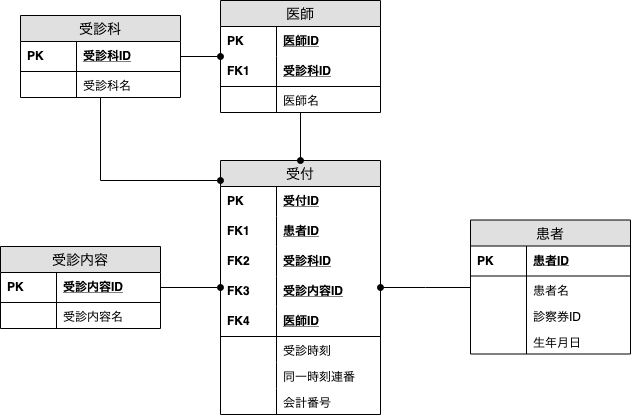
chihaso/rakurakuERD keeps this draw.io diagram as 004_hospital_reception.png. Above is the earlier version. Source tidied: cells renumbered, new cells last; positions are measured from the earlier drawing's top-left corner, leaving out a move shared by most shapes.
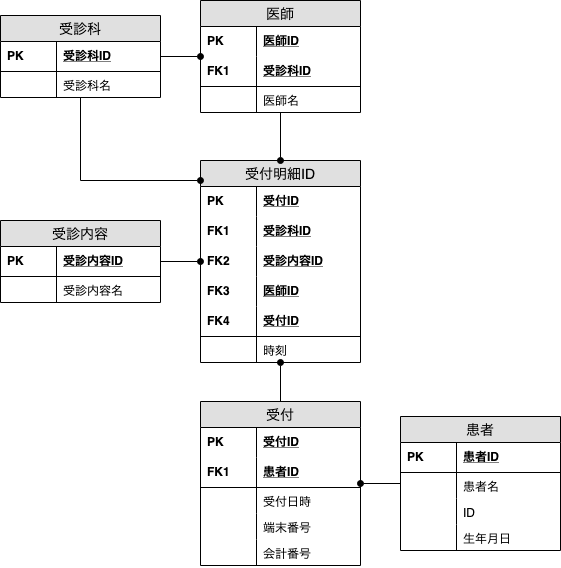
Later version of the same file.

Commit message:
教科書に準拠して受付明細テーブルを追加

Change to the diagram source:
```diff
@@ -2,8 +2,8 @@
   <root>
     <mxCell id="0" />
     <mxCell id="1" parent="0" />
-    <mxCell id="2" value="受付" style="swimlane;fontStyle=0;horizontal=1;startSize=26;fillColor=#e0e0e0;swimlaneFillColor=#ffffff;align=center;fontSize=14;" parent="1" vertex="1">
-      <mxGeometry x="220" y="160" width="160" height="254" as="geometry" />
+    <mxCell id="2" value="受付明細ID" style="swimlane;fontStyle=0;horizontal=1;startSize=26;fillColor=#e0e0e0;swimlaneFillColor=#ffffff;align=center;fontSize=14;" parent="1" vertex="1">
+      <mxGeometry x="220" y="160" width="160" height="202" as="geometry" />
     </mxCell>
     <mxCell id="3" value="受付ID" style="shape=partialRectangle;top=0;left=0;right=0;bottom=0;align=left;verticalAlign=middle;fillColor=none;spacingLeft=60;spacingRight=4;overflow=hidden;fontStyle=5;fontSize=12;" parent="2" vertex="1">
       <mxGeometry y="26" width="160" height="30" as="geometry" />
@@ -11,53 +11,38 @@
     <mxCell id="4" value="PK" style="shape=partialRectangle;fontStyle=1;top=0;left=0;bottom=0;fillColor=none;align=left;verticalAlign=middle;spacingLeft=4;spacingRight=4;overflow=hidden;fontSize=12;" parent="3" vertex="1">
       <mxGeometry width="56" height="30" as="geometry" />
     </mxCell>
-    <mxCell id="5" value="患者ID" style="shape=partialRectangle;top=0;left=0;right=0;bottom=0;align=left;verticalAlign=middle;fillColor=none;spacingLeft=60;spacingRight=4;overflow=hidden;fontStyle=5;fontSize=12;" parent="2" vertex="1">
-      <mxGeometry y="56" width="160" height="30" as="geometry" />
-    </mxCell>
-    <mxCell id="6" value="FK1" style="shape=partialRectangle;fontStyle=1;top=0;left=0;bottom=0;fillColor=none;align=left;verticalAlign=middle;spacingLeft=4;spacingRight=4;overflow=hidden;fontSize=12;" parent="5" vertex="1">
-      <mxGeometry width="56" height="30" as="geometry" />
-    </mxCell>
     <mxCell id="7" value="受診科ID" style="shape=partialRectangle;top=0;left=0;right=0;bottom=0;align=left;verticalAlign=middle;fillColor=none;spacingLeft=60;spacingRight=4;overflow=hidden;fontStyle=5;fontSize=12;" parent="2" vertex="1">
-      <mxGeometry y="86" width="160" height="30" as="geometry" />
+      <mxGeometry y="56" width="160" height="30" as="geometry" />
     </mxCell>
-    <mxCell id="8" value="FK2" style="shape=partialRectangle;fontStyle=1;top=0;left=0;bottom=0;fillColor=none;align=left;verticalAlign=middle;spacingLeft=4;spacingRight=4;overflow=hidden;fontSize=12;" parent="7" vertex="1">
+    <mxCell id="8" value="FK1" style="shape=partialRectangle;fontStyle=1;top=0;left=0;bottom=0;fillColor=none;align=left;verticalAlign=middle;spacingLeft=4;spacingRight=4;overflow=hidden;fontSize=12;" parent="7" vertex="1">
       <mxGeometry width="56" height="30" as="geometry" />
     </mxCell>
     <mxCell id="9" value="受診内容ID" style="shape=partialRectangle;top=0;left=0;right=0;bottom=0;align=left;verticalAlign=middle;fillColor=none;spacingLeft=60;spacingRight=4;overflow=hidden;fontStyle=5;fontSize=12;" parent="2" vertex="1">
-      <mxGeometry y="116" width="160" height="30" as="geometry" />
+      <mxGeometry y="86" width="160" height="30" as="geometry" />
     </mxCell>
-    <mxCell id="10" value="FK3" style="shape=partialRectangle;fontStyle=1;top=0;left=0;bottom=0;fillColor=none;align=left;verticalAlign=middle;spacingLeft=4;spacingRight=4;overflow=hidden;fontSize=12;" parent="9" vertex="1">
+    <mxCell id="10" value="FK2" style="shape=partialRectangle;fontStyle=1;top=0;left=0;bottom=0;fillColor=none;align=left;verticalAlign=middle;spacingLeft=4;spacingRight=4;overflow=hidden;fontSize=12;" parent="9" vertex="1">
       <mxGeometry width="56" height="30" as="geometry" />
     </mxCell>
+    <mxCell id="50" value="医師ID" style="shape=partialRectangle;top=0;left=0;right=0;bottom=0;align=left;verticalAlign=middle;fillColor=none;spacingLeft=60;spacingRight=4;overflow=hidden;fontStyle=5;fontSize=12;" parent="2" vertex="1">
+      <mxGeometry y="116" width="160" height="30" as="geometry" />
+    </mxCell>
+    <mxCell id="51" value="FK3" style="shape=partialRectangle;fontStyle=1;top=0;left=0;bottom=0;fillColor=none;align=left;verticalAlign=middle;spacingLeft=4;spacingRight=4;overflow=hidden;fontSize=12;" parent="50" vertex="1">
+      <mxGeometry width="56" height="30" as="geometry" />
+    </mxCell>
-    <mxCell id="11" value="医師ID" style="shape=partialRectangle;top=0;left=0;right=0;bottom=1;align=left;verticalAlign=middle;fillColor=none;spacingLeft=60;spacingRight=4;overflow=hidden;fontStyle=5;fontSize=12;" parent="2" vertex="1">
+    <mxCell id="11" value="受付ID" style="shape=partialRectangle;top=0;left=0;right=0;bottom=1;align=left;verticalAlign=middle;fillColor=none;spacingLeft=60;spacingRight=4;overflow=hidden;fontStyle=5;fontSize=12;" parent="2" vertex="1">
       <mxGeometry y="146" width="160" height="30" as="geometry" />
     </mxCell>
     <mxCell id="12" value="FK4" style="shape=partialRectangle;fontStyle=1;top=0;left=0;bottom=0;fillColor=none;align=left;verticalAlign=middle;spacingLeft=4;spacingRight=4;overflow=hidden;fontSize=12;" parent="11" vertex="1">
       <mxGeometry width="56" height="30" as="geometry" />
     </mxCell>
-    <mxCell id="13" value="受診時刻" style="shape=partialRectangle;top=0;left=0;right=0;bottom=0;align=left;verticalAlign=top;fillColor=none;spacingLeft=60;spacingRight=4;overflow=hidden;fontSize=12;" parent="2" vertex="1">
+    <mxCell id="13" value="時刻" style="shape=partialRectangle;top=0;left=0;right=0;bottom=0;align=left;verticalAlign=top;fillColor=none;spacingLeft=60;spacingRight=4;overflow=hidden;fontSize=12;" parent="2" vertex="1">
       <mxGeometry y="176" width="160" height="26" as="geometry" />
     </mxCell>
     <mxCell id="14" style="shape=partialRectangle;top=0;left=0;bottom=0;fillColor=none;align=left;verticalAlign=top;spacingLeft=4;spacingRight=4;overflow=hidden;fontSize=12;" parent="13" vertex="1">
       <mxGeometry width="56" height="26" as="geometry" />
     </mxCell>
-    <mxCell id="15" value="同一時刻連番" style="shape=partialRectangle;top=0;left=0;right=0;bottom=0;align=left;verticalAlign=top;fillColor=none;spacingLeft=60;spacingRight=4;overflow=hidden;fontSize=12;" parent="2" vertex="1">
-      <mxGeometry y="202" width="160" height="26" as="geometry" />
-    </mxCell>
-    <mxCell id="16" style="shape=partialRectangle;top=0;left=0;bottom=0;fillColor=none;align=left;verticalAlign=top;spacingLeft=4;spacingRight=4;overflow=hidden;fontSize=12;" parent="15" vertex="1">
-      <mxGeometry width="56" height="26" as="geometry" />
-    </mxCell>
-    <mxCell id="17" value="会計番号" style="shape=partialRectangle;top=0;left=0;right=0;bottom=0;align=left;verticalAlign=top;fillColor=none;spacingLeft=60;spacingRight=4;overflow=hidden;fontSize=12;" parent="2" vertex="1">
-      <mxGeometry y="228" width="160" height="26" as="geometry" />
-    </mxCell>
-    <mxCell id="18" style="shape=partialRectangle;top=0;left=0;bottom=0;fillColor=none;align=left;verticalAlign=top;spacingLeft=4;spacingRight=4;overflow=hidden;fontSize=12;" parent="17" vertex="1">
-      <mxGeometry width="56" height="26" as="geometry" />
-    </mxCell>
-    <mxCell id="19" style="edgeStyle=orthogonalEdgeStyle;rounded=0;jettySize=auto;html=1;endArrow=oval;endFill=1;" parent="1" edge="1" source="20" target="2">
-      <mxGeometry relative="1" as="geometry" />
-    </mxCell>
     <mxCell id="20" value="患者" style="swimlane;fontStyle=0;horizontal=1;startSize=26;fillColor=#e0e0e0;swimlaneFillColor=#ffffff;align=center;fontSize=14;" parent="1" vertex="1">
-      <mxGeometry x="470" y="219.5" width="160" height="134" as="geometry" />
+      <mxGeometry x="420" y="416" width="160" height="134" as="geometry" />
     </mxCell>
     <mxCell id="21" value="患者ID" style="shape=partialRectangle;top=0;left=0;right=0;bottom=1;align=left;verticalAlign=middle;fillColor=none;spacingLeft=60;spacingRight=4;overflow=hidden;fontStyle=5;fontSize=12;" parent="20" vertex="1">
       <mxGeometry y="26" width="160" height="30" as="geometry" />
@@ -71,7 +56,7 @@
     <mxCell id="24" style="shape=partialRectangle;top=0;left=0;bottom=0;fillColor=none;align=left;verticalAlign=top;spacingLeft=4;spacingRight=4;overflow=hidden;fontSize=12;" parent="23" vertex="1">
       <mxGeometry width="56" height="26" as="geometry" />
     </mxCell>
-    <mxCell id="25" value="診察券ID" style="shape=partialRectangle;top=0;left=0;right=0;bottom=0;align=left;verticalAlign=top;fillColor=none;spacingLeft=60;spacingRight=4;overflow=hidden;fontSize=12;" parent="20" vertex="1">
+    <mxCell id="25" value="ID" style="shape=partialRectangle;top=0;left=0;right=0;bottom=0;align=left;verticalAlign=top;fillColor=none;spacingLeft=60;spacingRight=4;overflow=hidden;fontSize=12;" parent="20" vertex="1">
       <mxGeometry y="82" width="160" height="26" as="geometry" />
     </mxCell>
     <mxCell id="26" style="shape=partialRectangle;top=0;left=0;bottom=0;fillColor=none;align=left;verticalAlign=top;spacingLeft=4;spacingRight=4;overflow=hidden;fontSize=12;" parent="25" vertex="1">
@@ -87,7 +72,7 @@
       <mxGeometry relative="1" as="geometry" />
     </mxCell>
     <mxCell id="30" value="受診内容" style="swimlane;fontStyle=0;horizontal=1;startSize=26;fillColor=#e0e0e0;swimlaneFillColor=#ffffff;align=center;fontSize=14;" parent="1" vertex="1">
-      <mxGeometry y="246" width="160" height="82" as="geometry" />
+      <mxGeometry x="20" y="220" width="160" height="82" as="geometry" />
     </mxCell>
     <mxCell id="31" value="受診内容ID" style="shape=partialRectangle;top=0;left=0;right=0;bottom=1;align=left;verticalAlign=middle;fillColor=none;spacingLeft=60;spacingRight=4;overflow=hidden;fontStyle=5;fontSize=12;" parent="30" vertex="1">
       <mxGeometry y="26" width="160" height="30" as="geometry" />
@@ -150,5 +135,44 @@
     <mxCell id="49" style="edgeStyle=orthogonalEdgeStyle;rounded=0;jettySize=auto;html=1;endArrow=oval;endFill=1;" parent="1" edge="1" source="36" target="42">
       <mxGeometry relative="1" as="geometry" />
     </mxCell>
+    <mxCell id="52" style="edgeStyle=orthogonalEdgeStyle;rounded=0;jettySize=auto;html=1;endArrow=oval;endFill=1;" parent="1" edge="1" source="53" target="2">
+      <mxGeometry relative="1" as="geometry" />
+    </mxCell>
+    <mxCell id="53" value="受付" style="swimlane;fontStyle=0;horizontal=1;startSize=26;fillColor=#e0e0e0;swimlaneFillColor=#ffffff;align=center;fontSize=14;" parent="1" vertex="1">
+      <mxGeometry x="220" y="401" width="160" height="164" as="geometry" />
+    </mxCell>
+    <mxCell id="54" value="受付ID" style="shape=partialRectangle;top=0;left=0;right=0;bottom=0;align=left;verticalAlign=middle;fillColor=none;spacingLeft=60;spacingRight=4;overflow=hidden;fontStyle=5;fontSize=12;" parent="53" vertex="1">
+      <mxGeometry y="26" width="160" height="30" as="geometry" />
+    </mxCell>
+    <mxCell id="55" value="PK" style="shape=partialRectangle;fontStyle=1;top=0;left=0;bottom=0;fillColor=none;align=left;verticalAlign=middle;spacingLeft=4;spacingRight=4;overflow=hidden;fontSize=12;" parent="54" vertex="1">
+      <mxGeometry width="56" height="30" as="geometry" />
+    </mxCell>
+    <mxCell id="5" value="患者ID" style="shape=partialRectangle;top=0;left=0;right=0;bottom=1;align=left;verticalAlign=middle;fillColor=none;spacingLeft=60;spacingRight=4;overflow=hidden;fontStyle=5;fontSize=12;" parent="53" vertex="1">
+      <mxGeometry y="56" width="160" height="30" as="geometry" />
+    </mxCell>
+    <mxCell id="6" value="FK1" style="shape=partialRectangle;fontStyle=1;top=0;left=0;bottom=0;fillColor=none;align=left;verticalAlign=middle;spacingLeft=4;spacingRight=4;overflow=hidden;fontSize=12;" parent="5" vertex="1">
+      <mxGeometry width="56" height="30" as="geometry" />
+    </mxCell>
+    <mxCell id="56" value="受付日時" style="shape=partialRectangle;top=0;left=0;right=0;bottom=0;align=left;verticalAlign=top;fillColor=none;spacingLeft=60;spacingRight=4;overflow=hidden;fontSize=12;" parent="53" vertex="1">
+      <mxGeometry y="86" width="160" height="26" as="geometry" />
+    </mxCell>
+    <mxCell id="57" style="shape=partialRectangle;top=0;left=0;bottom=0;fillColor=none;align=left;verticalAlign=top;spacingLeft=4;spacingRight=4;overflow=hidden;fontSize=12;" parent="56" vertex="1">
+      <mxGeometry width="56" height="26" as="geometry" />
+    </mxCell>
+    <mxCell id="58" value="端末番号" style="shape=partialRectangle;top=0;left=0;right=0;bottom=0;align=left;verticalAlign=top;fillColor=none;spacingLeft=60;spacingRight=4;overflow=hidden;fontSize=12;" parent="53" vertex="1">
+      <mxGeometry y="112" width="160" height="26" as="geometry" />
+    </mxCell>
+    <mxCell id="59" style="shape=partialRectangle;top=0;left=0;bottom=0;fillColor=none;align=left;verticalAlign=top;spacingLeft=4;spacingRight=4;overflow=hidden;fontSize=12;" parent="58" vertex="1">
+      <mxGeometry width="56" height="26" as="geometry" />
+    </mxCell>
+    <mxCell id="17" value="会計番号" style="shape=partialRectangle;top=0;left=0;right=0;bottom=0;align=left;verticalAlign=top;fillColor=none;spacingLeft=60;spacingRight=4;overflow=hidden;fontSize=12;" parent="53" vertex="1">
+      <mxGeometry y="138" width="160" height="26" as="geometry" />
+    </mxCell>
+    <mxCell id="60" style="shape=partialRectangle;top=0;left=0;bottom=0;fillColor=none;align=left;verticalAlign=top;spacingLeft=4;spacingRight=4;overflow=hidden;fontSize=12;" parent="17" vertex="1">
+      <mxGeometry width="56" height="26" as="geometry" />
+    </mxCell>
+    <mxCell id="19" style="edgeStyle=orthogonalEdgeStyle;rounded=0;jettySize=auto;html=1;endArrow=oval;endFill=1;" parent="1" edge="1" source="20" target="53">
+      <mxGeometry relative="1" as="geometry" />
+    </mxCell>
   </root>
 </mxGraphModel>
```
